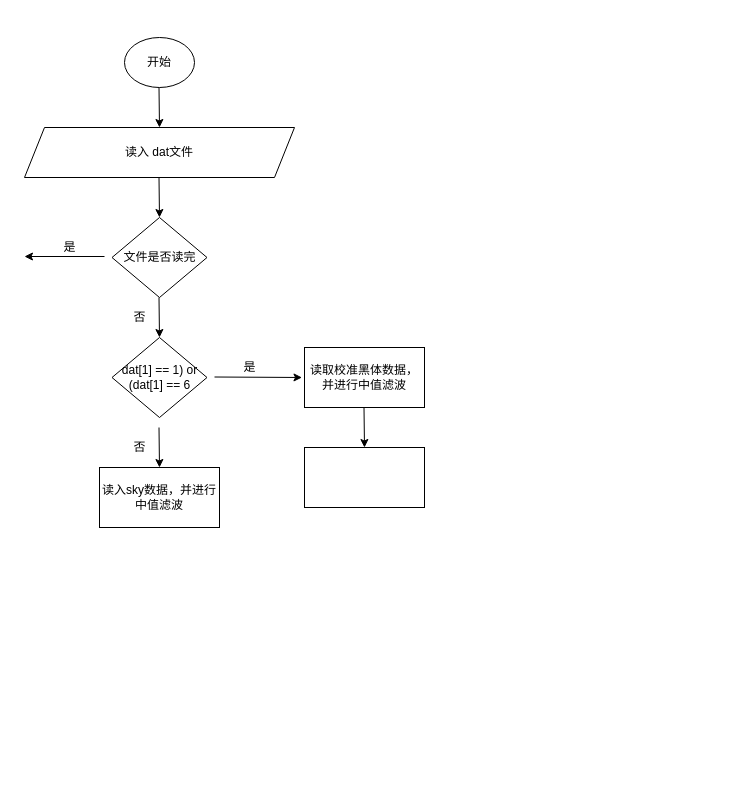
Above: fastpsw.drawio in luoluo19550418/drawio (draw.io), before the change. Source tidied: cells renumbered, new cells numbered last; positions are measured from the earlier drawing's top-left corner, leaving out a move shared by most shapes. Both pictures are drawn from the tidied source at 100%, with x=0, y=0 at pixel (24, 37).
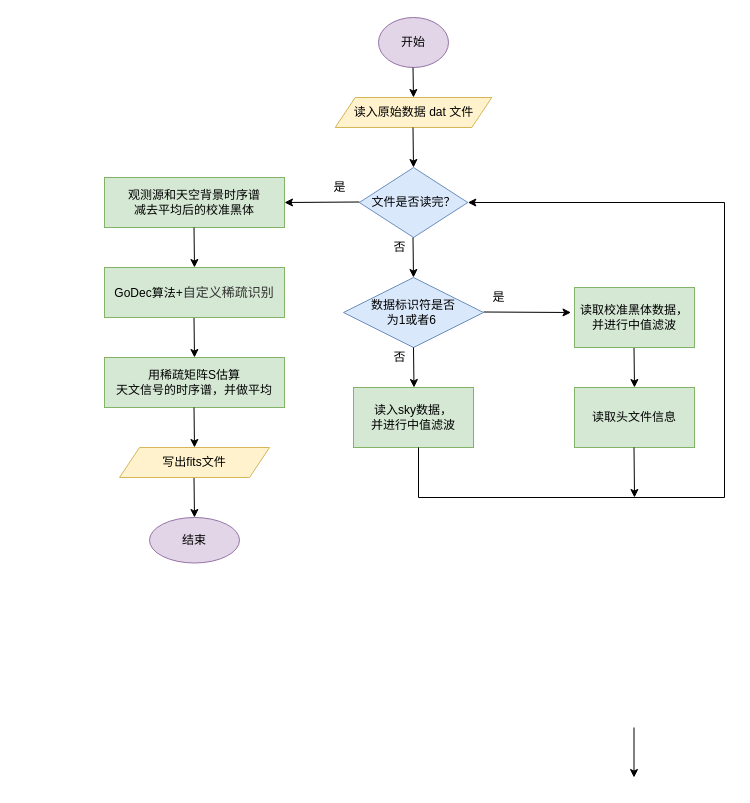
After the change.

The edit, as a diff of the source:
```diff
@@
-    <mxCell id="2" value="开始" style="ellipse;whiteSpace=wrap;html=1;" parent="1" vertex="1">
-      <mxGeometry x="100" width="70" height="50" as="geometry" />
+    <mxCell id="2" value="开始" style="ellipse;whiteSpace=wrap;html=1;fillColor=#e1d5e7;strokeColor=#9673a6;" parent="1" vertex="1">
+      <mxGeometry x="354" y="-20" width="70" height="50" as="geometry" />
     </mxCell>
     <mxCell id="3" style="endArrow=classic;html=1;rounded=0;" parent="1" edge="1">
       <mxGeometry relative="1" as="geometry">
-        <mxPoint x="134.5" y="50" as="sourcePoint" />
-        <mxPoint x="135" y="90" as="targetPoint" />
+        <mxPoint x="388.5" y="30" as="sourcePoint" />
+        <mxPoint x="389" y="60" as="targetPoint" />
       </mxGeometry>
     </mxCell>
-    <mxCell id="4" value="读入 dat文件" style="shape=parallelogram;perimeter=parallelogramPerimeter;whiteSpace=wrap;html=1;fixedSize=1;" parent="1" vertex="1">
-      <mxGeometry y="90" width="270" height="50" as="geometry" />
+    <mxCell id="4" value="读入原始数据 dat 文件" style="shape=parallelogram;perimeter=parallelogramPerimeter;whiteSpace=wrap;html=1;fixedSize=1;fillColor=#fff2cc;strokeColor=#d6b656;" parent="1" vertex="1">
+      <mxGeometry x="310.7" y="60" width="156.6" height="30" as="geometry" />
     </mxCell>
     <mxCell id="5" style="endArrow=classic;html=1;rounded=0;" parent="1" edge="1">
       <mxGeometry relative="1" as="geometry">
-        <mxPoint x="134.5" y="140" as="sourcePoint" />
-        <mxPoint x="135" y="180" as="targetPoint" />
+        <mxPoint x="388.5" y="90" as="sourcePoint" />
+        <mxPoint x="389" y="130" as="targetPoint" />
       </mxGeometry>
     </mxCell>
-    <mxCell id="6" value="文件是否读完" style="rhombus;whiteSpace=wrap;html=1;" parent="1" vertex="1">
-      <mxGeometry x="87.5" y="180" width="95" height="80" as="geometry" />
+    <mxCell id="6" value="文件是否读完？" style="rhombus;whiteSpace=wrap;html=1;fillColor=#dae8fc;strokeColor=#6c8ebf;" parent="1" vertex="1">
+      <mxGeometry x="334.8" y="130" width="108.5" height="70" as="geometry" />
     </mxCell>
     <mxCell id="7" style="endArrow=classic;html=1;rounded=0;" parent="1" edge="1">
       <mxGeometry relative="1" as="geometry">
-        <mxPoint x="134.5" y="260" as="sourcePoint" />
-        <mxPoint x="135" y="300" as="targetPoint" />
+        <mxPoint x="388.5" y="200" as="sourcePoint" />
+        <mxPoint x="389" y="240" as="targetPoint" />
       </mxGeometry>
     </mxCell>
     <mxCell id="8" style="endArrow=classic;html=1;rounded=0;" parent="1" edge="1">
       <mxGeometry relative="1" as="geometry">
-        <mxPoint x="190" y="339.5" as="sourcePoint" />
-        <mxPoint x="277.5" y="340" as="targetPoint" />
+        <mxPoint x="459" y="274.5" as="sourcePoint" />
+        <mxPoint x="546.5" y="275" as="targetPoint" />
       </mxGeometry>
     </mxCell>
     <mxCell id="9" value="否" style="text;html=1;align=center;verticalAlign=middle;strokeColor=none;fillColor=none;" parent="1" vertex="1">
-      <mxGeometry x="100" y="270" width="30" height="20" as="geometry" />
+      <mxGeometry x="360" y="200" width="30" height="20" as="geometry" />
     </mxCell>
-    <mxCell id="10" value="dat[1] == 1) or (dat[1] == 6" style="rhombus;whiteSpace=wrap;html=1;" parent="1" vertex="1">
-      <mxGeometry x="87.5" y="300" width="95" height="80" as="geometry" />
+    <mxCell id="10" value="数据标识符是否&lt;br&gt;为1或者6&amp;nbsp;" style="rhombus;whiteSpace=wrap;html=1;fillColor=#dae8fc;strokeColor=#6c8ebf;" parent="1" vertex="1">
+      <mxGeometry x="319" y="240" width="140" height="70" as="geometry" />
     </mxCell>
     <mxCell id="11" style="endArrow=classic;html=1;rounded=0;" parent="1" edge="1">
       <mxGeometry relative="1" as="geometry">
-        <mxPoint x="339.5" y="370" as="sourcePoint" />
-        <mxPoint x="340" y="410" as="targetPoint" />
+        <mxPoint x="609.5" y="310" as="sourcePoint" />
+        <mxPoint x="610" y="350" as="targetPoint" />
       </mxGeometry>
     </mxCell>
     <mxCell id="12" value="是" style="text;html=1;align=center;verticalAlign=middle;strokeColor=none;fillColor=none;" parent="1" vertex="1">
-      <mxGeometry x="30" y="200" width="30" height="20" as="geometry" />
+      <mxGeometry x="299.8" y="140" width="30" height="20" as="geometry" />
     </mxCell>
     <mxCell id="13" style="endArrow=classic;html=1;rounded=0;" parent="1" edge="1">
       <mxGeometry relative="1" as="geometry">
-        <mxPoint x="80" y="219" as="sourcePoint" />
-        <mxPoint y="219" as="targetPoint" />
+        <mxPoint x="334.8" y="164.5" as="sourcePoint" />
+        <mxPoint x="260" y="165" as="targetPoint" />
       </mxGeometry>
     </mxCell>
     <mxCell id="14" value="是" style="text;html=1;align=center;verticalAlign=middle;strokeColor=none;fillColor=none;" parent="1" vertex="1">
-      <mxGeometry x="210" y="320" width="30" height="20" as="geometry" />
+      <mxGeometry x="459" y="250" width="30" height="20" as="geometry" />
     </mxCell>
-    <mxCell id="15" value="读取校准黑体数据，并进行中值滤波" style="rounded=0;whiteSpace=wrap;html=1;" parent="1" vertex="1">
-      <mxGeometry x="280" y="310" width="120" height="60" as="geometry" />
+    <mxCell id="15" value="读取校准黑体数据，并进行中值滤波" style="rounded=0;whiteSpace=wrap;html=1;fillColor=#d5e8d4;strokeColor=#82b366;" parent="1" vertex="1">
+      <mxGeometry x="550" y="250" width="120" height="60" as="geometry" />
     </mxCell>
-    <mxCell id="16" style="rounded=0;whiteSpace=wrap;html=1;" parent="1" vertex="1">
-      <mxGeometry x="280" y="410" width="120" height="60" as="geometry" />
-    </mxCell>
     <mxCell id="17" style="endArrow=classic;html=1;rounded=0;" parent="1" edge="1">
       <mxGeometry relative="1" as="geometry">
-        <mxPoint x="134.5" y="390" as="sourcePoint" />
-        <mxPoint x="135" y="430" as="targetPoint" />
+        <mxPoint x="389" y="310" as="sourcePoint" />
+        <mxPoint x="389.5" y="350" as="targetPoint" />
       </mxGeometry>
     </mxCell>
     <mxCell id="18" value="否" style="text;html=1;align=center;verticalAlign=middle;strokeColor=none;fillColor=none;" parent="1" vertex="1">
-      <mxGeometry x="100" y="400" width="30" height="20" as="geometry" />
+      <mxGeometry x="360" y="310" width="30" height="20" as="geometry" />
     </mxCell>
-    <mxCell id="19" value="读入sky数据，并进行中值滤波" style="rounded=0;whiteSpace=wrap;html=1;" parent="1" vertex="1">
-      <mxGeometry x="75" y="430" width="120" height="60" as="geometry" />
+    <mxCell id="19" value="读入sky数据，&lt;br&gt;并进行中值滤波" style="rounded=0;whiteSpace=wrap;html=1;fillColor=#d5e8d4;strokeColor=#82b366;" parent="1" vertex="1">
+      <mxGeometry x="329" y="350" width="120" height="60" as="geometry" />
     </mxCell>
+    <mxCell id="20" style="endArrow=classic;html=1;rounded=0;" parent="1" edge="1">
+      <mxGeometry relative="1" as="geometry">
+        <mxPoint x="169.5" y="280" as="sourcePoint" />
+        <mxPoint x="170" y="320" as="targetPoint" />
+      </mxGeometry>
+    </mxCell>
+    <mxCell id="21" value="GoDec算法+&lt;span style=&quot;color: rgb(51, 51, 51); font-family: &amp;quot;Helvetica Neue&amp;quot;, Helvetica, Arial, &amp;quot;Hiragino Sans GB&amp;quot;, &amp;quot;Hiragino Sans GB W3&amp;quot;, &amp;quot;Microsoft YaHei UI&amp;quot;, &amp;quot;Microsoft YaHei&amp;quot;, sans-serif; font-size: 13px; text-align: start;&quot;&gt;自定义稀疏识别&lt;/span&gt;" style="rounded=0;whiteSpace=wrap;html=1;fillColor=#d5e8d4;strokeColor=#82b366;" parent="1" vertex="1">
+      <mxGeometry x="80" y="230" width="180" height="50" as="geometry" />
+    </mxCell>
+    <mxCell id="22" value="&lt;div style=&quot;&quot;&gt;用稀疏矩阵S估算&lt;/div&gt;&lt;div style=&quot;&quot;&gt;天文信号的时序谱，并做平均&lt;/div&gt;" style="rounded=0;whiteSpace=wrap;html=1;fillColor=#d5e8d4;strokeColor=#82b366;" parent="1" vertex="1">
+      <mxGeometry x="80" y="320" width="180" height="50" as="geometry" />
+    </mxCell>
+    <mxCell id="23" style="endArrow=classic;html=1;rounded=0;" parent="1" edge="1">
+      <mxGeometry relative="1" as="geometry">
+        <mxPoint x="169.5" y="370" as="sourcePoint" />
+        <mxPoint x="170" y="410" as="targetPoint" />
+      </mxGeometry>
+    </mxCell>
+    <mxCell id="24" style="endArrow=classic;html=1;rounded=0;" parent="1" edge="1">
+      <mxGeometry relative="1" as="geometry">
+        <mxPoint x="169.5" y="440" as="sourcePoint" />
+        <mxPoint x="170" y="480" as="targetPoint" />
+      </mxGeometry>
+    </mxCell>
+    <mxCell id="25" style="endArrow=classic;html=1;rounded=0;" parent="1" edge="1">
+      <mxGeometry relative="1" as="geometry">
+        <mxPoint x="609.5" y="690" as="sourcePoint" />
+        <mxPoint x="609.5" y="740" as="targetPoint" />
+      </mxGeometry>
+    </mxCell>
+    <mxCell id="26" value="结束" style="ellipse;whiteSpace=wrap;html=1;fillColor=#e1d5e7;strokeColor=#9673a6;" parent="1" vertex="1">
+      <mxGeometry x="125" y="480" width="90" height="45.5" as="geometry" />
+    </mxCell>
+    <mxCell id="27" value="&lt;span style=&quot;&quot;&gt;写出fits文件&lt;/span&gt;" style="shape=parallelogram;perimeter=parallelogramPerimeter;whiteSpace=wrap;html=1;fixedSize=1;fillColor=#fff2cc;strokeColor=#d6b656;" parent="1" vertex="1">
+      <mxGeometry x="95" y="410" width="150" height="30" as="geometry" />
+    </mxCell>
+    <mxCell id="28" value="&lt;div&gt;观测源和天空背景时序谱&lt;/div&gt;&lt;div&gt;减去平均后的校准黑体&lt;/div&gt;" style="rounded=0;whiteSpace=wrap;html=1;fillColor=#d5e8d4;strokeColor=#82b366;" parent="1" vertex="1">
+      <mxGeometry x="80" y="140" width="180" height="50" as="geometry" />
+    </mxCell>
+    <mxCell id="29" style="endArrow=classic;html=1;rounded=0;" parent="1" edge="1">
+      <mxGeometry relative="1" as="geometry">
+        <mxPoint x="169.5" y="190" as="sourcePoint" />
+        <mxPoint x="170" y="230" as="targetPoint" />
+      </mxGeometry>
+    </mxCell>
+    <mxCell id="30" value="读取头文件信息" style="rounded=0;whiteSpace=wrap;html=1;fillColor=#d5e8d4;strokeColor=#82b366;" parent="1" vertex="1">
+      <mxGeometry x="550" y="350" width="120" height="60" as="geometry" />
+    </mxCell>
+    <mxCell id="31" style="endArrow=classic;html=1;rounded=0;entryX=1;entryY=0.5;entryDx=0;entryDy=0;" parent="1" edge="1" target="6">
+      <mxGeometry relative="1" as="geometry">
+        <mxPoint x="394" y="410" as="sourcePoint" />
+        <Array as="points">
+          <mxPoint x="394" y="460" />
+          <mxPoint x="700" y="460" />
+          <mxPoint x="700" y="165" />
+        </Array>
+      </mxGeometry>
+    </mxCell>
+    <mxCell id="32" style="endArrow=classic;html=1;rounded=0;" parent="1" edge="1">
+      <mxGeometry relative="1" as="geometry">
+        <mxPoint x="609.5" y="410" as="sourcePoint" />
+        <mxPoint x="610" y="460" as="targetPoint" />
+      </mxGeometry>
+    </mxCell>
```
